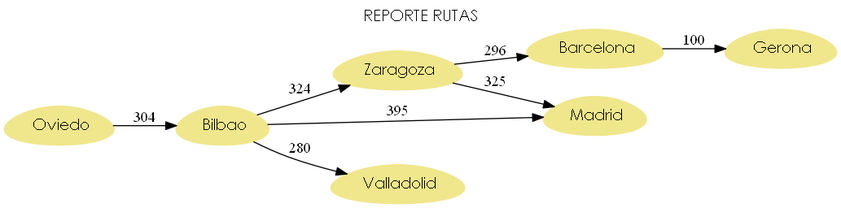
Before: Proyecto2_201700733_201709166/ReporteRutas.png, a diagram exported from Graphviz (ByLy23/EDD_Jun_2020_201700733_P2_201709166). Its source is kept beside it as Proyecto2_201700733_201709166/ReporteRutas.dot. Its diagram source:
```dot
digraph G {
 rankdir=LR;
 node[shape = egg, style=filled, color = khaki, fontname = "Century Gothic"]; graph [fontname = "Century Gothic"];
labelloc = "t;"label = "REPORTE RUTAS";
"Oviedo"[label = " Oviedo"]
"Oviedo"->"Bilbao"[arrowhead=normal label= "304"]
"Bilbao"[label = " Bilbao"]
"Bilbao"->"Zaragoza"[arrowhead=normal label= "324"]
"Bilbao"->"Madrid"[arrowhead=normal label= "395"]
"Bilbao"->"Valladolid"[arrowhead=normal label= "280"]
"Zaragoza"[label = " Zaragoza"]
"Zaragoza"->"Barcelona"[arrowhead=normal label= "296"]
"Zaragoza"->"Madrid"[arrowhead=normal label= "325"]
"Madrid"[label = " Madrid"]
"Valladolid"[label = " Valladolid"]
"Barcelona"[label = " Barcelona"]
"Barcelona"->"Gerona"[arrowhead=normal label= "100"]
"Gerona"[label = " Gerona"]

}
```
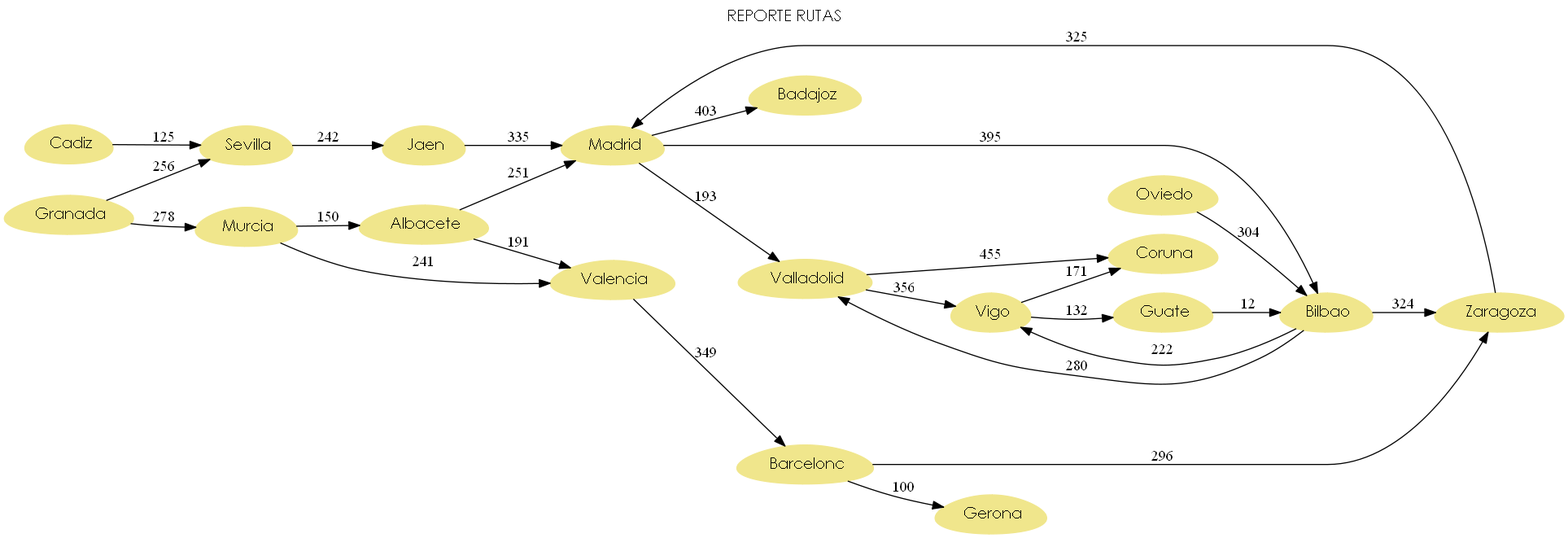
The same file after the commit.

Diff of the diagram source:
```diff
@@ -2,19 +2,48 @@
  rankdir=LR;
  node[shape = egg, style=filled, color = khaki, fontname = "Century Gothic"]; graph [fontname = "Century Gothic"];
 labelloc = "t;"label = "REPORTE RUTAS";
+"Cadiz"[label = " Cadiz"]
+"Cadiz"->"Sevilla"[arrowhead=normal label= "125"]
+"Sevilla"[label = " Sevilla"]
+"Sevilla"->"Jaen"[arrowhead=normal label= "242"]
+"Granada"[label = " Granada"]
+"Granada"->"Sevilla"[arrowhead=normal label= "256"]
+"Granada"->"Murcia"[arrowhead=normal label= "278"]
+"Jaen"[label = " Jaen"]
+"Jaen"->"Madrid"[arrowhead=normal label= "335"]
+"Murcia"[label = " Murcia"]
+"Murcia"->"Valencia"[arrowhead=normal label= "241"]
+"Murcia"->"Albacete"[arrowhead=normal label= "150"]
+"Madrid"[label = " Madrid"]
+"Madrid"->"Badajoz"[arrowhead=normal label= "403"]
+"Madrid"->"Valladolid"[arrowhead=normal label= "193"]
+"Madrid"->"Bilbao"[arrowhead=normal label= "395"]
+"Valencia"[label = " Valencia"]
+"Valencia"->"Barcelona"[arrowhead=normal label= "349"]
+"Albacete"[label = " Albacete"]
+"Albacete"->"Valencia"[arrowhead=normal label= "191"]
+"Albacete"->"Madrid"[arrowhead=normal label= "251"]
+"Barcelona"[label = " Barcelona"]
+"Barcelona"->"Gerona"[arrowhead=normal label= "100"]
+"Barcelona"->"Zaragoza"[arrowhead=normal label= "296"]
+"Gerona"[label = " Gerona"]
+"Zaragoza"[label = " Zaragoza"]
+"Zaragoza"->"Madrid"[arrowhead=normal label= "325"]
+"Badajoz"[label = " Badajoz"]
+"Valladolid"[label = " Valladolid"]
+"Valladolid"->"Vigo"[arrowhead=normal label= "356"]
+"Valladolid"->"Coruna"[arrowhead=normal label= "455"]
+"Vigo"[label = " Vigo"]
+"Vigo"->"Coruna"[arrowhead=normal label= "171"]
+"Vigo"->"Guate"[arrowhead=normal label= "132"]
+"Coruna"[label = " Coruna"]
+"Bilbao"[label = " Bilbao"]
+"Bilbao"->"Valladolid"[arrowhead=normal label= "280"]
+"Bilbao"->"Zaragoza"[arrowhead=normal label= "324"]
+"Bilbao"->"Vigo"[arrowhead=normal label= "222"]
 "Oviedo"[label = " Oviedo"]
 "Oviedo"->"Bilbao"[arrowhead=normal label= "304"]
-"Bilbao"[label = " Bilbao"]
-"Bilbao"->"Zaragoza"[arrowhead=normal label= "324"]
-"Bilbao"->"Madrid"[arrowhead=normal label= "395"]
-"Bilbao"->"Valladolid"[arrowhead=normal label= "280"]
-"Zaragoza"[label = " Zaragoza"]
-"Zaragoza"->"Barcelona"[arrowhead=normal label= "296"]
-"Zaragoza"->"Madrid"[arrowhead=normal label= "325"]
-"Madrid"[label = " Madrid"]
-"Valladolid"[label = " Valladolid"]
-"Barcelona"[label = " Barcelona"]
-"Barcelona"->"Gerona"[arrowhead=normal label= "100"]
-"Gerona"[label = " Gerona"]
+"Guate"[label = " Guate"]
+"Guate"->"Bilbao"[arrowhead=normal label= "12"]
 
 }
```
